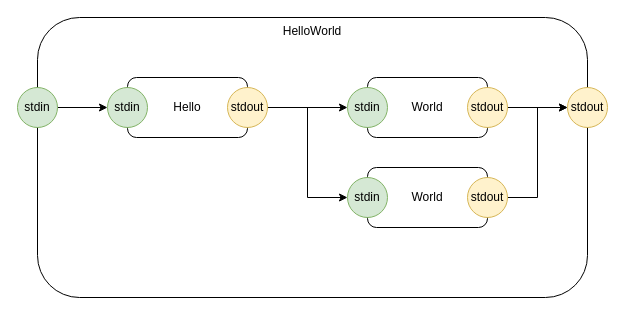
The draw.io diagram helloworld.drawio in guitarvydas/eh, before the edit. Source tidied: cells renumbered, new cells numbered last; positions are measured from the earlier drawing's top-left corner, leaving out a move shared by most shapes. Both pictures are drawn from the tidied source at 100%, with x=0, y=0 at pixel (17, 17).
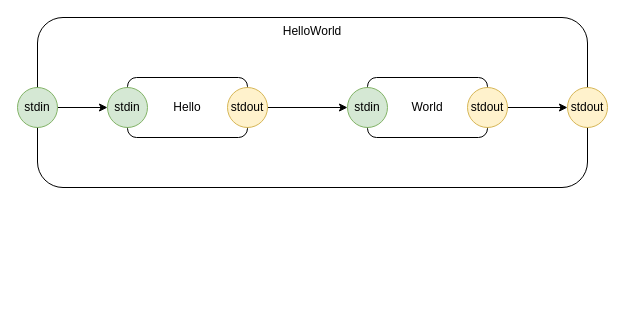
The same diagram, later.

Commit message (it also covers changes not shown here):
helloworld simplest version

Change to the diagram source:
```diff
@@
 <mxGraphModel>
   <root>
     <mxCell id="0" />
     <mxCell id="1" parent="0" />
     <mxCell id="2" value="HelloWorld" style="rounded=1;whiteSpace=wrap;html=1;verticalAlign=top;" parent="1" vertex="1">
-      <mxGeometry x="20" width="550" height="280" as="geometry" />
+      <mxGeometry x="20" width="550" height="170" as="geometry" />
     </mxCell>
     <mxCell id="3" value="Hello" style="rounded=1;whiteSpace=wrap;html=1;" parent="1" vertex="1">
       <mxGeometry x="110" y="60" width="120" height="60" as="geometry" />
     </mxCell>
     <mxCell id="4" value="World" style="rounded=1;whiteSpace=wrap;html=1;" parent="1" vertex="1">
       <mxGeometry x="350" y="60" width="120" height="60" as="geometry" />
     </mxCell>
     <mxCell id="5" style="edgeStyle=orthogonalEdgeStyle;rounded=0;jettySize=auto;html=1;exitX=1;exitY=0.5;exitDx=0;exitDy=0;entryX=0;entryY=0.5;entryDx=0;entryDy=0;" parent="1" edge="1" source="7" target="8">
       <mxGeometry relative="1" as="geometry" />
     </mxCell>
-    <mxCell id="6" style="edgeStyle=orthogonalEdgeStyle;rounded=0;jettySize=auto;html=1;exitX=1;exitY=0.5;exitDx=0;exitDy=0;entryX=0;entryY=0.5;entryDx=0;entryDy=0;" parent="1" edge="1" source="7" target="16">
-      <mxGeometry relative="1" as="geometry" />
-    </mxCell>
     <mxCell id="7" value="stdout" style="ellipse;whiteSpace=wrap;html=1;fillColor=#fff2cc;strokeColor=#d6b656;" parent="1" vertex="1">
       <mxGeometry x="210" y="70" width="40" height="40" as="geometry" />
     </mxCell>
     <mxCell id="8" value="stdin" style="ellipse;whiteSpace=wrap;html=1;fillColor=#d5e8d4;strokeColor=#82b366;" parent="1" vertex="1">
       <mxGeometry x="330" y="70" width="40" height="40" as="geometry" />
     </mxCell>
     <mxCell id="9" value="stdin" style="ellipse;whiteSpace=wrap;html=1;fillColor=#d5e8d4;strokeColor=#82b366;" parent="1" vertex="1">
       <mxGeometry x="90" y="70" width="40" height="40" as="geometry" />
     </mxCell>
     <mxCell id="10" style="edgeStyle=orthogonalEdgeStyle;rounded=0;jettySize=auto;html=1;exitX=1;exitY=0.5;exitDx=0;exitDy=0;" parent="1" edge="1" source="11" target="12">
       <mxGeometry relative="1" as="geometry" />
     </mxCell>
     <mxCell id="11" value="stdout" style="ellipse;whiteSpace=wrap;html=1;fillColor=#fff2cc;strokeColor=#d6b656;" parent="1" vertex="1">
       <mxGeometry x="450" y="70" width="40" height="40" as="geometry" />
     </mxCell>
     <mxCell id="12" value="stdout" style="ellipse;whiteSpace=wrap;html=1;fillColor=#fff2cc;strokeColor=#d6b656;" parent="1" vertex="1">
       <mxGeometry x="550" y="70" width="40" height="40" as="geometry" />
     </mxCell>
     <mxCell id="13" style="edgeStyle=orthogonalEdgeStyle;rounded=0;jettySize=auto;html=1;exitX=1;exitY=0.5;exitDx=0;exitDy=0;entryX=0;entryY=0.5;entryDx=0;entryDy=0;" parent="1" edge="1" source="14" target="9">
       <mxGeometry relative="1" as="geometry" />
     </mxCell>
     <mxCell id="14" value="stdin" style="ellipse;whiteSpace=wrap;html=1;fillColor=#d5e8d4;strokeColor=#82b366;" parent="1" vertex="1">
       <mxGeometry y="70" width="40" height="40" as="geometry" />
     </mxCell>
-    <mxCell id="15" value="World" style="rounded=1;whiteSpace=wrap;html=1;" parent="1" vertex="1">
-      <mxGeometry x="350" y="150" width="120" height="60" as="geometry" />
-    </mxCell>
-    <mxCell id="16" value="stdin" style="ellipse;whiteSpace=wrap;html=1;fillColor=#d5e8d4;strokeColor=#82b366;" parent="1" vertex="1">
-      <mxGeometry x="330" y="160" width="40" height="40" as="geometry" />
-    </mxCell>
-    <mxCell id="17" style="edgeStyle=orthogonalEdgeStyle;rounded=0;jettySize=auto;html=1;exitX=1;exitY=0.5;exitDx=0;exitDy=0;entryX=0;entryY=0.5;entryDx=0;entryDy=0;" parent="1" edge="1" source="18" target="12">
-      <mxGeometry relative="1" as="geometry" />
-    </mxCell>
-    <mxCell id="18" value="stdout" style="ellipse;whiteSpace=wrap;html=1;fillColor=#fff2cc;strokeColor=#d6b656;" parent="1" vertex="1">
-      <mxGeometry x="450" y="160" width="40" height="40" as="geometry" />
-    </mxCell>
   </root>
 </mxGraphModel>
```
